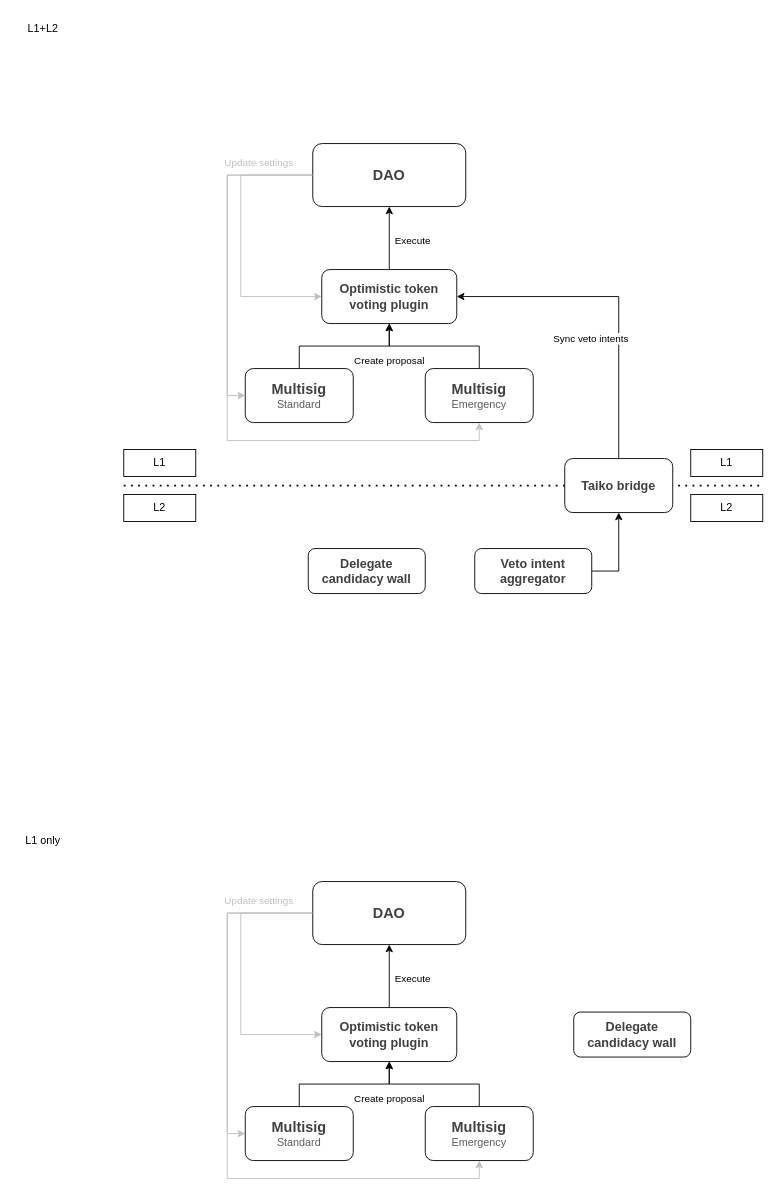
aragon/taiko-contracts keeps this draw.io diagram as page "General" (1 of 7) of dao-flows.drawio. Above is the earlier version. Source tidied: cells renumbered, new cells numbered last; positions are measured from the earlier drawing's top-left corner, leaving out a move shared by most shapes. Both pictures are drawn from the tidied source at 90%, with x=0, y=0 at pixel (15, 15).
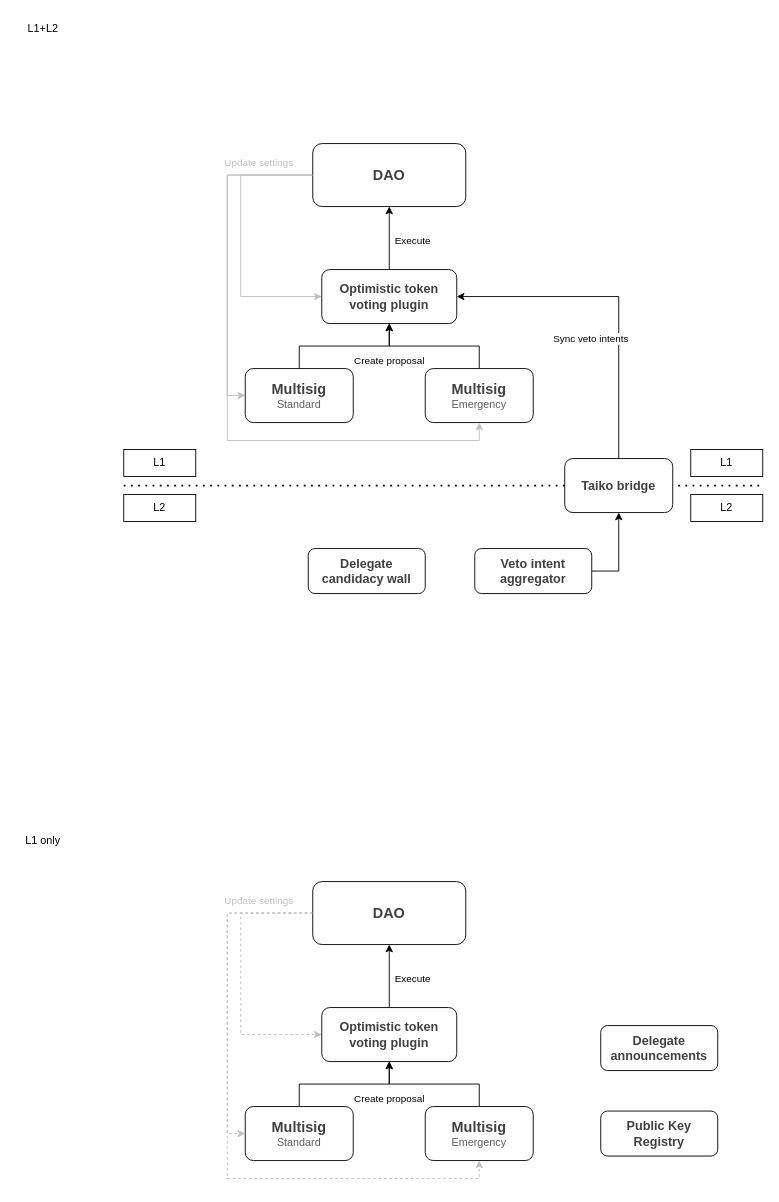
The same page after the edit.

The change refers to these unchanged cells:
```xml
<mxCell id="29" value="&lt;font size=&quot;1&quot; color=&quot;#404040&quot; style=&quot;&quot;&gt;&lt;b style=&quot;font-size: 16px;&quot;&gt;DAO&lt;/b&gt;&lt;/font&gt;" style="rounded=1;whiteSpace=wrap;html=1;" parent="1" vertex="1">
  <mxGeometry x="330" y="962" width="170" height="70" as="geometry" />
</mxCell>
<mxCell id="32" value="&lt;font size=&quot;1&quot; color=&quot;#404040&quot; style=&quot;&quot;&gt;&lt;b style=&quot;font-size: 14px;&quot;&gt;Optimistic token voting plugin&lt;/b&gt;&lt;/font&gt;" style="rounded=1;whiteSpace=wrap;html=1;" parent="1" vertex="1">
  <mxGeometry x="340" y="1102" width="150" height="60" as="geometry" />
</mxCell>
<mxCell id="34" value="&lt;font size=&quot;1&quot; color=&quot;#404040&quot; style=&quot;&quot;&gt;&lt;b style=&quot;font-size: 16px;&quot;&gt;Multisig&lt;/b&gt;&lt;/font&gt;&lt;div&gt;&lt;font color=&quot;#5c5c5c&quot; style=&quot;font-size: 12px;&quot;&gt;Standard&lt;/font&gt;&lt;/div&gt;" style="rounded=1;whiteSpace=wrap;html=1;" parent="1" vertex="1">
  <mxGeometry x="255" y="1212" width="120" height="60" as="geometry" />
</mxCell>
<mxCell id="37" value="&lt;font size=&quot;1&quot; color=&quot;#404040&quot; style=&quot;&quot;&gt;&lt;b style=&quot;font-size: 16px;&quot;&gt;Multisig&lt;/b&gt;&lt;/font&gt;&lt;div&gt;&lt;font color=&quot;#5c5c5c&quot; style=&quot;font-size: 12px;&quot;&gt;Emergency&lt;/font&gt;&lt;/div&gt;" style="rounded=1;whiteSpace=wrap;html=1;" parent="1" vertex="1">
  <mxGeometry x="455" y="1212" width="120" height="60" as="geometry" />
</mxCell>
```

What changed in the source:
```diff
@@
-    <mxCell id="26" style="edgeStyle=orthogonalEdgeStyle;rounded=0;jettySize=auto;html=1;entryX=0;entryY=0.5;entryDx=0;entryDy=0;exitX=0;exitY=0.5;exitDx=0;exitDy=0;strokeColor=#bfbfbf;" parent="1" edge="1" source="29" target="34">
+    <mxCell id="26" style="edgeStyle=orthogonalEdgeStyle;rounded=0;jettySize=auto;html=1;entryX=0;entryY=0.5;entryDx=0;entryDy=0;exitX=0;exitY=0.5;exitDx=0;exitDy=0;strokeColor=#bfbfbf;dashed=1;" parent="1" edge="1" source="29" target="34">
       <mxGeometry relative="1" as="geometry">
         <Array as="points">
           <mxPoint x="235" y="997" />
           <mxPoint x="235" y="1242" />
         </Array>
       </mxGeometry>
     </mxCell>
-    <mxCell id="27" style="edgeStyle=orthogonalEdgeStyle;rounded=0;jettySize=auto;html=1;exitX=0;exitY=0.5;exitDx=0;exitDy=0;entryX=0;entryY=0.5;entryDx=0;entryDy=0;strokeColor=#bfbfbf;" parent="1" edge="1" source="29" target="32">
+    <mxCell id="27" style="edgeStyle=orthogonalEdgeStyle;rounded=0;jettySize=auto;html=1;exitX=0;exitY=0.5;exitDx=0;exitDy=0;entryX=0;entryY=0.5;entryDx=0;entryDy=0;strokeColor=#bfbfbf;dashed=1;" parent="1" edge="1" source="29" target="32">
       <mxGeometry relative="1" as="geometry">
         <Array as="points">
           <mxPoint x="250" y="997" />
           <mxPoint x="250" y="1132" />
         </Array>
       </mxGeometry>
     </mxCell>
@@
-    <mxCell id="38" style="edgeStyle=orthogonalEdgeStyle;rounded=0;jettySize=auto;html=1;entryX=0.5;entryY=1;entryDx=0;entryDy=0;exitX=0;exitY=0.5;exitDx=0;exitDy=0;strokeColor=#bfbfbf;" parent="1" edge="1" target="37">
+    <mxCell id="38" style="edgeStyle=orthogonalEdgeStyle;rounded=0;jettySize=auto;html=1;entryX=0.5;entryY=1;entryDx=0;entryDy=0;exitX=0;exitY=0.5;exitDx=0;exitDy=0;strokeColor=#bfbfbf;dashed=1;" parent="1" edge="1" target="37">
       <mxGeometry relative="1" as="geometry">
         <mxPoint x="330" y="997" as="sourcePoint" />
         <Array as="points">
           <mxPoint x="235" y="997" />
           <mxPoint x="235" y="1292" />
           <mxPoint x="515" y="1292" />
         </Array>
       </mxGeometry>
     </mxCell>
-    <mxCell id="39" value="&lt;font size=&quot;1&quot; color=&quot;#404040&quot; style=&quot;&quot;&gt;&lt;b style=&quot;font-size: 14px;&quot;&gt;Delegate candidacy wall&lt;/b&gt;&lt;/font&gt;" style="rounded=1;whiteSpace=wrap;html=1;" parent="1" vertex="1">
-      <mxGeometry x="620" y="1107" width="130" height="50" as="geometry" />
+    <mxCell id="39" value="&lt;font size=&quot;1&quot; color=&quot;#404040&quot; style=&quot;&quot;&gt;&lt;b style=&quot;font-size: 14px;&quot;&gt;Delegate announcements&lt;/b&gt;&lt;/font&gt;" style="rounded=1;whiteSpace=wrap;html=1;" parent="1" vertex="1">
+      <mxGeometry x="650" y="1122" width="130" height="50" as="geometry" />
     </mxCell>
@@
+    <mxCell id="42" value="&lt;font size=&quot;1&quot; color=&quot;#404040&quot; style=&quot;&quot;&gt;&lt;b style=&quot;font-size: 14px;&quot;&gt;Public Key Registry&lt;/b&gt;&lt;/font&gt;" style="rounded=1;whiteSpace=wrap;html=1;" parent="1" vertex="1">
+      <mxGeometry x="650" y="1217" width="130" height="50" as="geometry" />
+    </mxCell>
```
